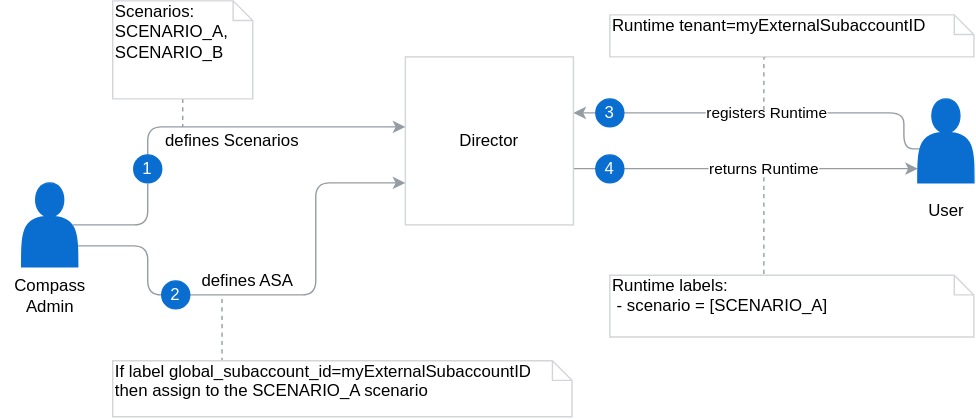
This is docs/compass/assets/automatic-scenario-assign.svg from kyma-incubator/compass, a draw.io export, as it was before one commit. Source tidied: cells renumbered, new cells last; positions are measured from the earlier drawing's top-left corner, leaving out a move shared by most shapes.
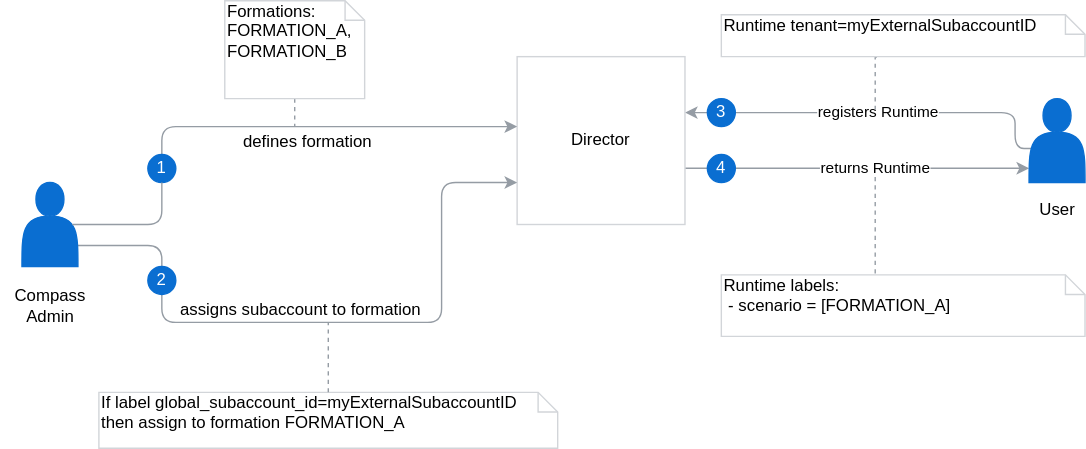
The same diagram one commit later.

Commit message:
adapt diagram

The edit, as a diff of the source:
```diff
@@ -24,93 +24,94 @@
     <mxCell id="5" style="edgeStyle=orthogonalEdgeStyle;rounded=1;jettySize=auto;html=1;exitX=0.9;exitY=0.5;exitDx=0;exitDy=0;exitPerimeter=0;strokeColor=#959CA4;startArrow=none;" parent="1" edge="1" source="23" target="4">
       <mxGeometry relative="1" as="geometry">
         <Array as="points">
-          <mxPoint x="105" y="90" />
+          <mxPoint x="35" y="120" />
+          <mxPoint x="35" y="90" />
         </Array>
       </mxGeometry>
     </mxCell>
-    <mxCell id="6" style="edgeStyle=orthogonalEdgeStyle;rounded=1;jettySize=auto;html=1;exitX=1;exitY=0.75;exitDx=0;exitDy=0;entryX=0;entryY=0.75;entryDx=0;entryDy=0;strokeColor=#959CA4;" parent="1" edge="1" source="15" target="4">
-      <mxGeometry relative="1" as="geometry">
-        <Array as="points">
-          <mxPoint x="105" y="175" />
-          <mxPoint x="105" y="210" />
-          <mxPoint x="225" y="210" />
-          <mxPoint x="225" y="130" />
-        </Array>
-      </mxGeometry>
-    </mxCell>
-    <mxCell id="7" value="defines ASA" style="text;html=1;align=center;verticalAlign=middle;" parent="6" vertex="1">
-      <mxGeometry x="-0.03" relative="1" as="geometry">
-        <mxPoint x="-14" y="-10" as="offset" />
-      </mxGeometry>
-    </mxCell>
-    <mxCell id="8" style="edgeStyle=orthogonalEdgeStyle;rounded=0;jettySize=auto;html=1;exitX=0.5;exitY=1;exitDx=0;exitDy=0;exitPerimeter=0;strokeColor=#959CA4;dashed=1;startArrow=none;startFill=0;endArrow=none;endFill=0;" parent="1" edge="1" source="9">
-      <mxGeometry relative="1" as="geometry">
-        <mxPoint x="130" y="90" as="targetPoint" />
-      </mxGeometry>
-    </mxCell>
-    <mxCell id="9" value="Scenarios: SCENARIO_A,&lt;br&gt;SCENARIO_B" style="shape=note;whiteSpace=wrap;html=1;size=14;verticalAlign=top;align=left;spacingTop=-6;strokeColor=#D2D5D9;" parent="1" vertex="1">
-      <mxGeometry x="80" width="100" height="70" as="geometry" />
-    </mxCell>
-    <mxCell id="10" style="edgeStyle=orthogonalEdgeStyle;rounded=0;jettySize=auto;html=1;exitX=0.238;exitY=0.021;exitDx=0;exitDy=0;exitPerimeter=0;dashed=1;startArrow=none;startFill=0;endArrow=none;endFill=0;strokeColor=#959CA4;" parent="1" edge="1" source="11">
-      <mxGeometry relative="1" as="geometry">
-        <mxPoint x="158" y="210" as="targetPoint" />
-      </mxGeometry>
-    </mxCell>
-    <mxCell id="11" value="If label global_subaccount_id=myExternalSubaccountID&lt;br&gt;then assign to the SCENARIO_A scenario" style="shape=note;whiteSpace=wrap;html=1;size=14;verticalAlign=top;align=left;spacingTop=-6;strokeColor=#D2D5D9;" parent="1" vertex="1">
-      <mxGeometry x="80" y="257" width="328" height="40" as="geometry" />
-    </mxCell>
-    <mxCell id="12" style="edgeStyle=orthogonalEdgeStyle;rounded=0;jettySize=auto;html=1;dashed=1;startArrow=none;startFill=0;endArrow=none;endFill=0;strokeColor=#959CA4;exitX=0.428;exitY=1.011;exitDx=0;exitDy=0;exitPerimeter=0;" parent="1" edge="1" source="13">
-      <mxGeometry relative="1" as="geometry">
-        <mxPoint x="545" y="80" as="targetPoint" />
-      </mxGeometry>
-    </mxCell>
+    <mxCell id="26" style="edgeStyle=orthogonalEdgeStyle;rounded=1;jettySize=auto;html=1;exitX=1;exitY=0.75;exitDx=0;exitDy=0;entryX=0;entryY=0.75;entryDx=0;entryDy=0;strokeColor=#959CA4;" parent="1" edge="1" source="32" target="4">
+      <mxGeometry relative="1" as="geometry">
+        <Array as="points">
+          <mxPoint x="35" y="175" />
+          <mxPoint x="35" y="230" />
+          <mxPoint x="235" y="230" />
+          <mxPoint x="235" y="130" />
+        </Array>
+      </mxGeometry>
+    </mxCell>
+    <mxCell id="27" value="assigns subaccount to formation" style="text;html=1;align=center;verticalAlign=middle;" parent="26" vertex="1">
+      <mxGeometry x="-0.03" relative="1" as="geometry">
+        <mxPoint x="-14" y="-10" as="offset" />
+      </mxGeometry>
+    </mxCell>
+    <mxCell id="28" style="edgeStyle=orthogonalEdgeStyle;rounded=0;jettySize=auto;html=1;exitX=0.5;exitY=1;exitDx=0;exitDy=0;exitPerimeter=0;strokeColor=#959CA4;dashed=1;startArrow=none;startFill=0;endArrow=none;endFill=0;" parent="1" edge="1" source="29">
+      <mxGeometry relative="1" as="geometry">
+        <mxPoint x="130" y="90" as="targetPoint" />
+      </mxGeometry>
+    </mxCell>
+    <mxCell id="29" value="Formations: FORMATION_A,&lt;br&gt;FORMATION_B" style="shape=note;whiteSpace=wrap;html=1;size=14;verticalAlign=top;align=left;spacingTop=-6;strokeColor=#D2D5D9;" parent="1" vertex="1">
+      <mxGeometry x="80" width="100" height="70" as="geometry" />
+    </mxCell>
+    <mxCell id="30" value="If label global_subaccount_id=myExternalSubaccountID&lt;br&gt;then assign to formation FORMATION_A" style="shape=note;whiteSpace=wrap;html=1;size=14;verticalAlign=top;align=left;spacingTop=-6;strokeColor=#D2D5D9;" parent="1" vertex="1">
+      <mxGeometry x="-10" y="280" width="328" height="40" as="geometry" />
+    </mxCell>
+    <mxCell id="31" style="edgeStyle=orthogonalEdgeStyle;rounded=0;jettySize=auto;html=1;dashed=1;startArrow=none;startFill=0;endArrow=none;endFill=0;strokeColor=#959CA4;exitX=0.428;exitY=1.011;exitDx=0;exitDy=0;exitPerimeter=0;" parent="1" edge="1" source="13">
+      <mxGeometry relative="1" as="geometry">
+        <mxPoint x="545" y="80" as="targetPoint" />
+      </mxGeometry>
+    </mxCell>
     <mxCell id="13" value="Runtime tenant=myExternalSubaccountID" style="shape=note;whiteSpace=wrap;html=1;size=14;verticalAlign=top;align=left;spacingTop=-6;strokeColor=#D2D5D9;" parent="1" vertex="1">
       <mxGeometry x="435" y="10" width="260" height="30" as="geometry" />
     </mxCell>
     <mxCell id="14" style="shape=actor;whiteSpace=wrap;html=1;fillColor=#0A6ED1;strokeColor=#0A6ED1;" parent="1" vertex="1">
       <mxGeometry x="655" y="70" width="40" height="60" as="geometry" />
     </mxCell>
-    <mxCell id="15" style="shape=actor;whiteSpace=wrap;html=1;fillColor=#0A6ED1;strokeColor=#0A6ED1;" parent="1" vertex="1">
-      <mxGeometry x="15" y="130" width="40" height="60" as="geometry" />
-    </mxCell>
+    <mxCell id="32" style="shape=actor;whiteSpace=wrap;html=1;fillColor=#0A6ED1;strokeColor=#0A6ED1;" parent="1" vertex="1">
+      <mxGeometry x="-65" y="130" width="40" height="60" as="geometry" />
+    </mxCell>
     <mxCell id="16" value="&lt;font color=&quot;#ffffff&quot;&gt;2&lt;/font&gt;" style="ellipse;whiteSpace=wrap;html=1;strokeColor=#0A6ED1;fillColor=#0A6ED1;" parent="1" vertex="1">
-      <mxGeometry x="115" y="200" width="20" height="20" as="geometry" />
+      <mxGeometry x="25" y="190" width="20" height="20" as="geometry" />
     </mxCell>
     <mxCell id="17" value="&lt;font color=&quot;#ffffff&quot;&gt;3&lt;/font&gt;" style="ellipse;whiteSpace=wrap;html=1;strokeColor=#0A6ED1;fillColor=#0A6ED1;" parent="1" vertex="1">
       <mxGeometry x="425" y="70" width="20" height="20" as="geometry" />
     </mxCell>
     <mxCell id="18" value="Compass&lt;br&gt;Admin" style="text;html=1;align=center;verticalAlign=middle;" parent="1" vertex="1">
-      <mxGeometry y="196" width="70" height="30" as="geometry" />
+      <mxGeometry x="-80" y="203" width="70" height="30" as="geometry" />
     </mxCell>
     <mxCell id="19" value="User" style="text;html=1;align=center;verticalAlign=middle;" parent="1" vertex="1">
       <mxGeometry x="655" y="140" width="40" height="20" as="geometry" />
     </mxCell>
-    <mxCell id="20" style="edgeStyle=orthogonalEdgeStyle;rounded=0;orthogonalLoop=1;jettySize=auto;html=1;startArrow=none;startFill=0;endArrow=none;endFill=0;strokeColor=#959CA4;dashed=1;" parent="1" edge="1">
-      <mxGeometry relative="1" as="geometry">
-        <mxPoint x="545" y="195" as="sourcePoint" />
-        <mxPoint x="545" y="126" as="targetPoint" />
-      </mxGeometry>
-    </mxCell>
-    <mxCell id="21" value="Runtime labels:&lt;br&gt;&amp;nbsp;- scenario = [SCENARIO_A]" style="shape=note;whiteSpace=wrap;html=1;size=14;verticalAlign=top;align=left;spacingTop=-6;strokeColor=#D2D5D9;" parent="1" vertex="1">
-      <mxGeometry x="435" y="196" width="260" height="44" as="geometry" />
-    </mxCell>
+    <mxCell id="33" style="edgeStyle=orthogonalEdgeStyle;rounded=0;orthogonalLoop=1;jettySize=auto;html=1;startArrow=none;startFill=0;endArrow=none;endFill=0;strokeColor=#959CA4;dashed=1;" parent="1" edge="1">
+      <mxGeometry relative="1" as="geometry">
+        <mxPoint x="545" y="195" as="sourcePoint" />
+        <mxPoint x="545" y="126" as="targetPoint" />
+      </mxGeometry>
+    </mxCell>
+    <mxCell id="34" value="Runtime labels:&lt;br&gt;&amp;nbsp;- scenario = [FORMATION_A]" style="shape=note;whiteSpace=wrap;html=1;size=14;verticalAlign=top;align=left;spacingTop=-6;strokeColor=#D2D5D9;" parent="1" vertex="1">
+      <mxGeometry x="435" y="196" width="260" height="44" as="geometry" />
+    </mxCell>
     <mxCell id="22" value="&lt;font color=&quot;#ffffff&quot;&gt;4&lt;/font&gt;" style="ellipse;whiteSpace=wrap;html=1;strokeColor=#0A6ED1;fillColor=#0A6ED1;" parent="1" vertex="1">
       <mxGeometry x="425" y="110" width="20" height="20" as="geometry" />
     </mxCell>
     <mxCell id="23" value="&lt;font color=&quot;#ffffff&quot;&gt;1&lt;/font&gt;" style="ellipse;whiteSpace=wrap;html=1;strokeColor=#0A6ED1;fillColor=#0A6ED1;" parent="1" vertex="1">
-      <mxGeometry x="95" y="110" width="20" height="20" as="geometry" />
+      <mxGeometry x="25" y="110" width="20" height="20" as="geometry" />
     </mxCell>
-    <mxCell id="24" style="edgeStyle=orthogonalEdgeStyle;rounded=1;jettySize=auto;html=1;exitX=0.9;exitY=0.5;exitDx=0;exitDy=0;exitPerimeter=0;strokeColor=#959CA4;endArrow=none;" parent="1" edge="1" source="15" target="23">
-      <mxGeometry relative="1" as="geometry">
-        <Array as="points">
-          <mxPoint x="105" y="160" />
-        </Array>
-      </mxGeometry>
-    </mxCell>
-    <mxCell id="25" value="defines Scenarios" style="text;html=1;align=center;verticalAlign=middle;" parent="24" vertex="1">
-      <mxGeometry x="-0.32" y="1" relative="1" as="geometry">
-        <mxPoint x="85" y="-59" as="offset" />
-      </mxGeometry>
-    </mxCell>
+    <mxCell id="35" style="edgeStyle=orthogonalEdgeStyle;rounded=1;jettySize=auto;html=1;exitX=0.9;exitY=0.5;exitDx=0;exitDy=0;exitPerimeter=0;strokeColor=#959CA4;endArrow=none;entryX=0.5;entryY=1;entryDx=0;entryDy=0;" parent="1" edge="1" source="32" target="23">
+      <mxGeometry relative="1" as="geometry">
+        <Array as="points">
+          <mxPoint x="35" y="160" />
+        </Array>
+      </mxGeometry>
+    </mxCell>
+    <mxCell id="36" value="defines formation" style="text;html=1;align=center;verticalAlign=middle;" parent="35" vertex="1">
+      <mxGeometry x="-0.32" y="1" relative="1" as="geometry">
+        <mxPoint x="135" y="-59" as="offset" />
+      </mxGeometry>
+    </mxCell>
+    <mxCell id="37" style="endArrow=none;dashed=1;html=1;strokeColor=#959CA4;rounded=0;exitX=0.5;exitY=0;exitDx=0;exitDy=0;exitPerimeter=0;" parent="1" edge="1" source="30">
+      <mxGeometry relative="1" as="geometry">
+        <mxPoint x="154" y="230" as="targetPoint" />
+      </mxGeometry>
+    </mxCell>
   </root>
 </mxGraphModel>
```
